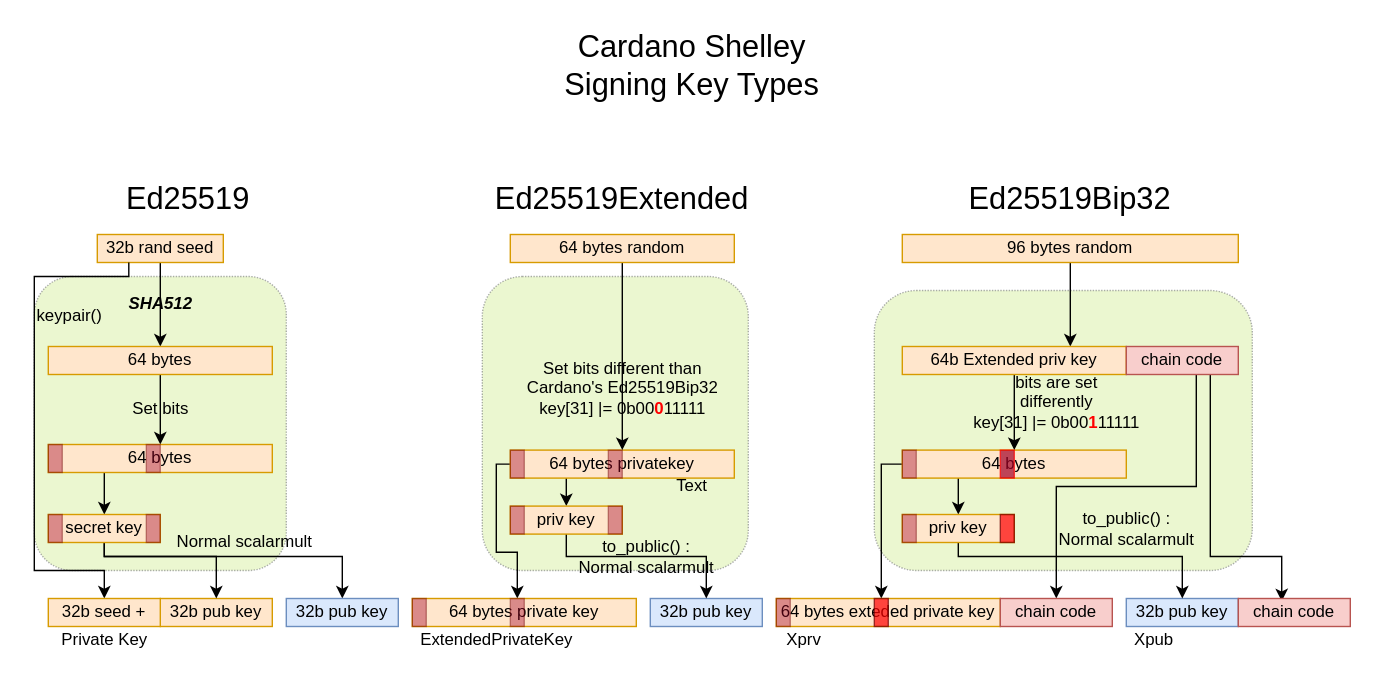
The draw.io diagram diagrams/Ed25519 Types.drawio in ilap/ShelleyStuffs, before the edit. Source tidied: cells renumbered, new cells numbered last; positions are measured from the earlier drawing's top-left corner, leaving out a move shared by most shapes. Both pictures are drawn from the tidied source at 140%, with x=0, y=0 at pixel (34, 24).
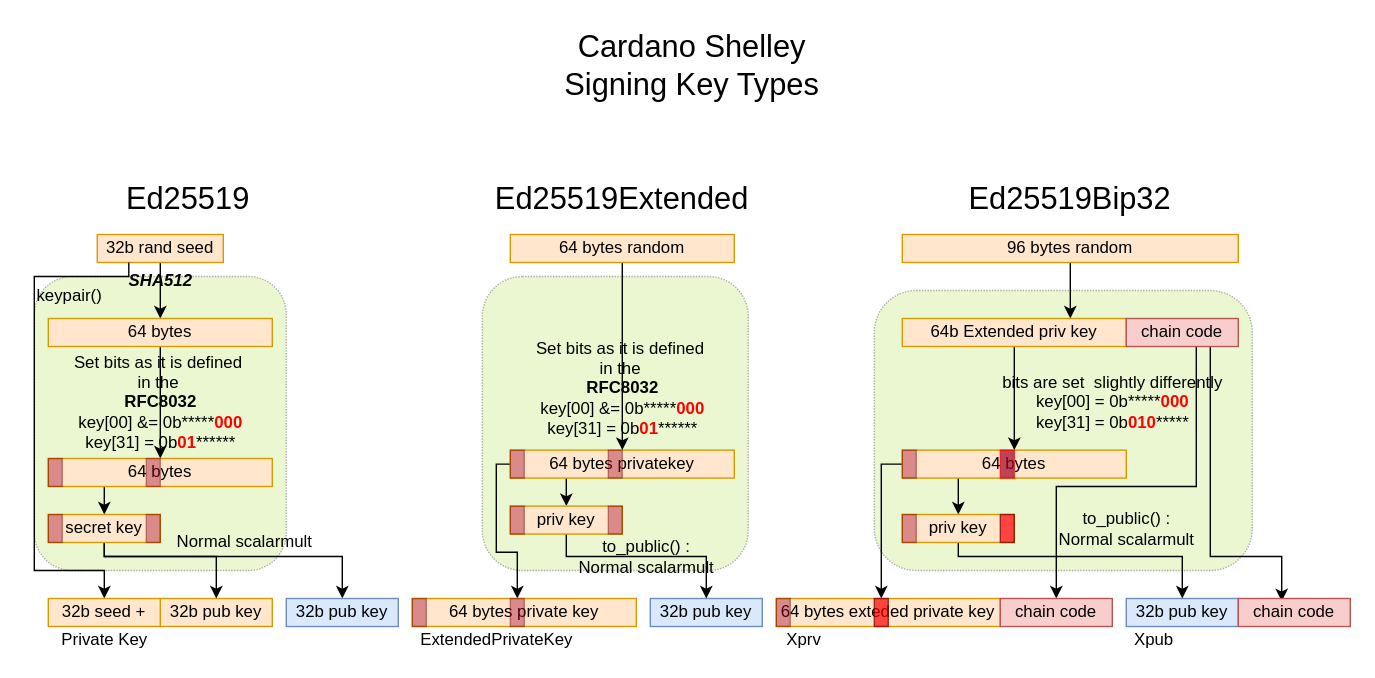
After the change.

The change refers to these unchanged cells:
```xml
<mxCell id="7" value="64 bytes privatekey" style="rounded=0;whiteSpace=wrap;html=1;fontSize=12;align=center;fillColor=#ffe6cc;strokeColor=#d79b00;fontStyle=0;" parent="1" vertex="1">
  <mxGeometry x="340" y="304" width="160" height="20" as="geometry" />
</mxCell>
<mxCell id="15" value="32b rand seed" style="rounded=0;whiteSpace=wrap;html=1;fontSize=12;align=center;fillColor=#ffe6cc;strokeColor=#d79b00;" parent="1" vertex="1">
  <mxGeometry x="45" y="150" width="90" height="20" as="geometry" />
</mxCell>
<mxCell id="17" value="64 bytes random" style="rounded=0;whiteSpace=wrap;html=1;fontSize=12;align=center;fillColor=#ffe6cc;strokeColor=#d79b00;fontStyle=0;" parent="1" vertex="1">
  <mxGeometry x="340" y="150" width="160" height="20" as="geometry" />
</mxCell>
<mxCell id="44" value="64 bytes" style="rounded=0;whiteSpace=wrap;html=1;fontSize=12;align=center;fillColor=#ffe6cc;strokeColor=#d79b00;fontStyle=0;" parent="1" vertex="1">
  <mxGeometry x="620" y="304" width="160" height="20" as="geometry" />
</mxCell>
```

Diff of the diagram source:
```diff
@@
-    <mxCell id="2" value="&lt;br&gt;keypair()" style="rounded=1;whiteSpace=wrap;html=1;fontSize=12;opacity=40;align=left;verticalAlign=top;dashed=1;dashPattern=1 1;fillColor=#cdeb8b;strokeColor=#36393d;" parent="1" vertex="1">
+    <mxCell id="2" value="keypair()" style="rounded=1;whiteSpace=wrap;html=1;fontSize=12;opacity=40;align=left;verticalAlign=top;dashed=1;dashPattern=1 1;fillColor=#cdeb8b;strokeColor=#36393d;" parent="1" vertex="1">
       <mxGeometry y="180" width="180" height="210" as="geometry" />
     </mxCell>
@@
     <mxCell id="14" value="SHA512" style="edgeStyle=orthogonalEdgeStyle;rounded=0;jettySize=auto;html=1;entryX=0.5;entryY=0;entryDx=0;entryDy=0;fontSize=12;labelBackgroundColor=none;fontStyle=3;" parent="1" edge="1" source="15" target="26">
-      <mxGeometry relative="1" as="geometry" />
+      <mxGeometry x="-0.33" relative="1" as="geometry" />
     </mxCell>
@@
-    <mxCell id="16" value="Set bits different than &lt;br&gt;Cardano's Ed25519Bip32&lt;br&gt;key[31] |= 0b00&lt;b&gt;&lt;font color=&quot;#ff0000&quot;&gt;0&lt;/font&gt;&lt;/b&gt;11111" style="edgeStyle=orthogonalEdgeStyle;rounded=0;jettySize=auto;html=1;entryX=0.5;entryY=0;entryDx=0;entryDy=0;fontSize=12;labelBackgroundColor=none;" parent="1" edge="1" source="17" target="7">
+    <mxCell id="16" value="Set bits as it is defined&amp;nbsp;&lt;br&gt;in the&amp;nbsp;&lt;br&gt;&lt;b&gt;RFC8032&lt;/b&gt;&lt;br&gt;key[00] &amp;amp;= 0b*****&lt;b&gt;&lt;font color=&quot;#ff0000&quot;&gt;0&lt;/font&gt;&lt;/b&gt;&lt;b&gt;&lt;font color=&quot;#ff0000&quot;&gt;0&lt;/font&gt;&lt;/b&gt;&lt;b&gt;&lt;font color=&quot;#ff0000&quot;&gt;0&lt;/font&gt;&lt;/b&gt;&lt;br&gt;key[31] = 0b&lt;b style=&quot;color: rgb(255 , 0 , 0)&quot;&gt;01&lt;/b&gt;******" style="edgeStyle=orthogonalEdgeStyle;rounded=0;jettySize=auto;html=1;entryX=0.5;entryY=0;entryDx=0;entryDy=0;fontSize=12;labelBackgroundColor=none;" parent="1" edge="1" source="17" target="7">
       <mxGeometry x="0.34" relative="1" as="geometry">
         <Array as="points">
           <mxPoint x="420" y="180" />
           <mxPoint x="420" y="180" />
         </Array>
       </mxGeometry>
     </mxCell>
@@
-    <mxCell id="25" value="Set bits" style="edgeStyle=orthogonalEdgeStyle;rounded=0;jettySize=auto;html=1;entryX=1;entryY=0;entryDx=0;entryDy=0;fontSize=12;labelBackgroundColor=none;" parent="1" edge="1" source="26" target="31">
+    <mxCell id="25" value="Set bits as it is defined&amp;nbsp;&lt;br&gt;in the&amp;nbsp;&lt;br&gt;&lt;b&gt;RFC8032&lt;/b&gt;&lt;br&gt;key[00] &amp;amp;= 0b*****&lt;b&gt;&lt;font color=&quot;#ff0000&quot;&gt;0&lt;/font&gt;&lt;/b&gt;&lt;b&gt;&lt;font color=&quot;#ff0000&quot;&gt;0&lt;/font&gt;&lt;/b&gt;&lt;b&gt;&lt;font color=&quot;#ff0000&quot;&gt;0&lt;/font&gt;&lt;/b&gt;&lt;br&gt;key[31] = 0b&lt;b style=&quot;color: rgb(255 , 0 , 0)&quot;&gt;01&lt;/b&gt;******" style="edgeStyle=orthogonalEdgeStyle;rounded=0;jettySize=auto;html=1;entryX=1;entryY=0;entryDx=0;entryDy=0;fontSize=12;labelBackgroundColor=none;" parent="1" edge="1" source="26" target="31">
       <mxGeometry relative="1" as="geometry" />
     </mxCell>
     <mxCell id="26" value="64 bytes" style="rounded=0;whiteSpace=wrap;html=1;fontSize=12;align=center;fillColor=#ffe6cc;strokeColor=#d79b00;fontStyle=0;" parent="1" vertex="1">
-      <mxGeometry x="10" y="230" width="160" height="20" as="geometry" />
+      <mxGeometry x="10" y="210" width="160" height="20" as="geometry" />
     </mxCell>
@@
     <mxCell id="29" value="64 bytes" style="rounded=0;whiteSpace=wrap;html=1;fontSize=12;align=center;fillColor=#ffe6cc;strokeColor=#d79b00;fontStyle=0;" parent="1" vertex="1">
-      <mxGeometry x="10" y="300" width="160" height="20" as="geometry" />
+      <mxGeometry x="10" y="310" width="160" height="20" as="geometry" />
     </mxCell>
     <mxCell id="30" style="rounded=0;whiteSpace=wrap;html=1;fontSize=12;align=center;fillColor=#a20025;strokeColor=#6F0000;fontColor=#ffffff;opacity=40;" parent="1" vertex="1">
-      <mxGeometry x="10" y="300" width="10" height="20" as="geometry" />
+      <mxGeometry x="10" y="310" width="10" height="20" as="geometry" />
     </mxCell>
     <mxCell id="31" style="rounded=0;whiteSpace=wrap;html=1;fontSize=12;align=center;fillColor=#a20025;strokeColor=#6F0000;fontColor=#ffffff;opacity=40;" parent="1" vertex="1">
-      <mxGeometry x="80" y="300" width="10" height="20" as="geometry" />
+      <mxGeometry x="80" y="310" width="10" height="20" as="geometry" />
     </mxCell>
@@
-    <mxCell id="54" value="bits are set &lt;br&gt;differently&lt;br&gt;key[31] |= 0b00&lt;b&gt;&lt;font color=&quot;#ff0000&quot;&gt;1&lt;/font&gt;&lt;/b&gt;11111" style="edgeStyle=orthogonalEdgeStyle;rounded=0;jettySize=auto;html=1;entryX=0.5;entryY=0;entryDx=0;entryDy=0;labelBackgroundColor=none;fontSize=12;" parent="1" edge="1" source="55" target="44">
-      <mxGeometry x="-0.26" y="30" relative="1" as="geometry" />
+    <mxCell id="54" value="bits are set&amp;nbsp; slightly differently&lt;br&gt;key[00] = 0b*****&lt;b&gt;&lt;font color=&quot;#ff0000&quot;&gt;0&lt;/font&gt;&lt;/b&gt;&lt;b&gt;&lt;font color=&quot;#ff0000&quot;&gt;0&lt;/font&gt;&lt;/b&gt;&lt;b&gt;&lt;font color=&quot;#ff0000&quot;&gt;0&lt;/font&gt;&lt;/b&gt;&lt;br&gt;key[31] = 0b&lt;b style=&quot;color: rgb(255 , 0 , 0)&quot;&gt;01&lt;/b&gt;&lt;b style=&quot;color: rgb(255 , 0 , 0)&quot;&gt;0&lt;/b&gt;*****" style="edgeStyle=orthogonalEdgeStyle;rounded=0;jettySize=auto;html=1;entryX=0.5;entryY=0;entryDx=0;entryDy=0;labelBackgroundColor=none;fontSize=12;" parent="1" edge="1" source="55" target="44">
+      <mxGeometry x="0.08" y="70" relative="1" as="geometry" />
     </mxCell>
     <mxCell id="55" value="64b Extended priv key" style="rounded=0;whiteSpace=wrap;html=1;fontSize=12;align=center;fillColor=#ffe6cc;strokeColor=#d79b00;" parent="1" vertex="1">
-      <mxGeometry x="620" y="230" width="160" height="20" as="geometry" />
+      <mxGeometry x="620" y="210" width="160" height="20" as="geometry" />
     </mxCell>
@@
     <mxCell id="58" value="chain code" style="rounded=0;whiteSpace=wrap;html=1;fontSize=12;align=center;fillColor=#f8cecc;strokeColor=#b85450;" parent="1" vertex="1">
-      <mxGeometry x="780" y="230" width="80" height="20" as="geometry" />
+      <mxGeometry x="780" y="210" width="80" height="20" as="geometry" />
     </mxCell>
@@
-    <mxCell id="61" value="Text" style="text;html=1;strokeColor=none;fillColor=none;align=center;verticalAlign=middle;whiteSpace=wrap;rounded=0;dashed=1;dashPattern=1 1;labelBackgroundColor=none;fontSize=12;opacity=40;" parent="1" vertex="1">
-      <mxGeometry x="450" y="320" width="40" height="20" as="geometry" />
-    </mxCell>
```
